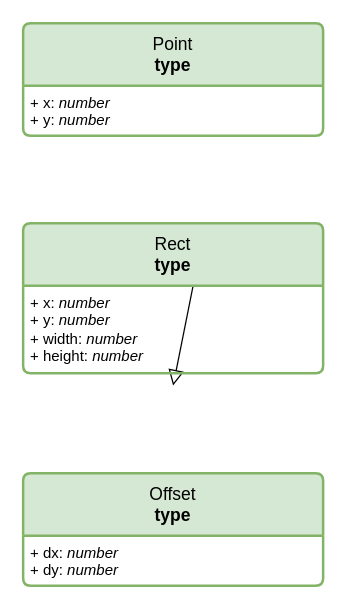
Before: page "Geometry" (3 of 9) of docs/calypso.drawio in TarhunchiKKK/calypso, a draw.io diagram. Source tidied: cells renumbered, new cells numbered last; positions are measured from the earlier drawing's top-left corner, leaving out a move shared by most shapes. Both pictures are drawn from the tidied source at 125%, with x=0, y=0 at pixel (22, 22).
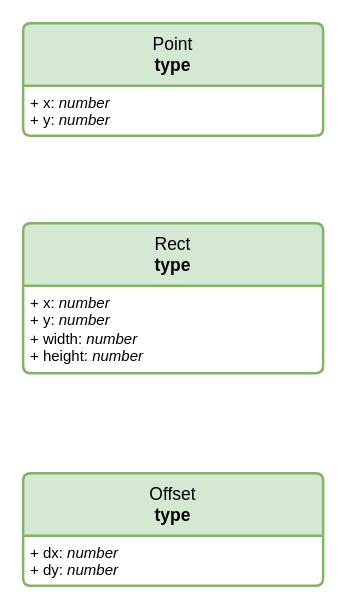
The same page after the edit.

What changed in the source:
```diff
@@
 <mxGraphModel>
   <root>
     <mxCell id="0" />
     <mxCell id="1" parent="0" />
-    <mxCell id="2" style="endArrow=block;html=1;rounded=0;endFill=0;endSize=10;entryX=0.5;entryY=0;entryDx=0;entryDy=0;exitX=0.5;exitY=1;exitDx=0;exitDy=0;" parent="1" edge="1">
-      <mxGeometry relative="1" as="geometry">
-        <mxPoint x="138" y="200" as="sourcePoint" />
-        <mxPoint x="120" y="290" as="targetPoint" />
-      </mxGeometry>
-    </mxCell>
     <mxCell id="3" value="Point&lt;br&gt;&lt;div&gt;&lt;b&gt;type&lt;/b&gt;&lt;/div&gt;" style="swimlane;horizontal=1;startSize=50;rounded=1;fontSize=14;fontStyle=0;strokeWidth=2;shadow=0;dashed=0;align=center;arcSize=4;whiteSpace=wrap;html=1;fillColor=#d5e8d4;strokeColor=#82b366;" parent="1" vertex="1">
       <mxGeometry width="240" height="90" as="geometry" />
     </mxCell>
     <mxCell id="4" value="+ x: &lt;i&gt;number&lt;/i&gt;&lt;div&gt;+ y: &lt;i&gt;number&lt;/i&gt;&lt;/div&gt;" style="align=left;strokeColor=none;fillColor=none;spacingLeft=4;spacingRight=4;fontSize=12;verticalAlign=top;html=1;whiteSpace=wrap;" parent="3" vertex="1">
       <mxGeometry y="50" width="240" height="40" as="geometry" />
     </mxCell>
     <mxCell id="5" value="Rect&lt;br&gt;&lt;div&gt;&lt;b&gt;type&lt;/b&gt;&lt;/div&gt;" style="swimlane;horizontal=1;startSize=50;rounded=1;fontSize=14;fontStyle=0;strokeWidth=2;shadow=0;dashed=0;align=center;arcSize=4;whiteSpace=wrap;html=1;fillColor=#d5e8d4;strokeColor=#82b366;" parent="1" vertex="1">
       <mxGeometry y="160" width="240" height="120" as="geometry" />
     </mxCell>
     <mxCell id="6" value="+ x: &lt;i&gt;number&lt;/i&gt;&lt;div&gt;+ y: &lt;i&gt;number&lt;/i&gt;&lt;/div&gt;&lt;div&gt;+ width: &lt;i&gt;number&lt;/i&gt;&lt;/div&gt;&lt;div&gt;+ height: &lt;i&gt;number&lt;/i&gt;&lt;/div&gt;" style="align=left;strokeColor=none;fillColor=none;spacingLeft=4;spacingRight=4;fontSize=12;verticalAlign=top;html=1;whiteSpace=wrap;" parent="5" vertex="1">
       <mxGeometry y="50" width="240" height="70" as="geometry" />
     </mxCell>
     <mxCell id="7" value="Offset&lt;br&gt;&lt;div&gt;&lt;b&gt;type&lt;/b&gt;&lt;/div&gt;" style="swimlane;horizontal=1;startSize=50;rounded=1;fontSize=14;fontStyle=0;strokeWidth=2;shadow=0;dashed=0;align=center;arcSize=4;whiteSpace=wrap;html=1;fillColor=#d5e8d4;strokeColor=#82b366;" parent="1" vertex="1">
       <mxGeometry y="360" width="240" height="90" as="geometry" />
     </mxCell>
     <mxCell id="8" value="+ dx: &lt;i&gt;number&lt;/i&gt;&lt;div&gt;+ dy: &lt;i&gt;number&lt;/i&gt;&lt;/div&gt;" style="align=left;strokeColor=none;fillColor=none;spacingLeft=4;spacingRight=4;fontSize=12;verticalAlign=top;html=1;whiteSpace=wrap;" parent="7" vertex="1">
       <mxGeometry y="50" width="240" height="40" as="geometry" />
     </mxCell>
   </root>
 </mxGraphModel>
```
